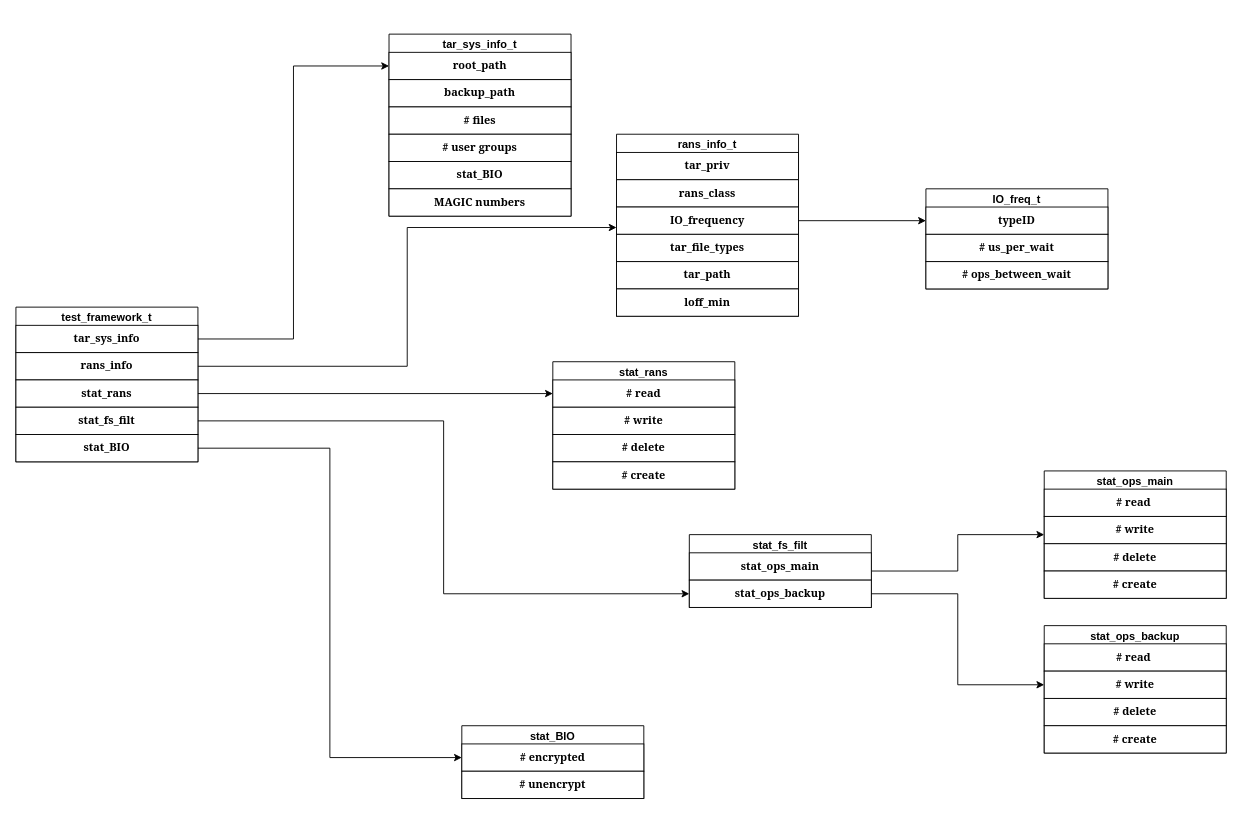
Before: imgs/data structure.drawio in MooMooHorse/ransomware_set, a draw.io diagram. Source tidied: cells renumbered, new cells numbered last; positions are measured from the earlier drawing's top-left corner, leaving out a move shared by most shapes. Both pictures are drawn from the tidied source at 91%, with x=0, y=0 at pixel (15, 34).
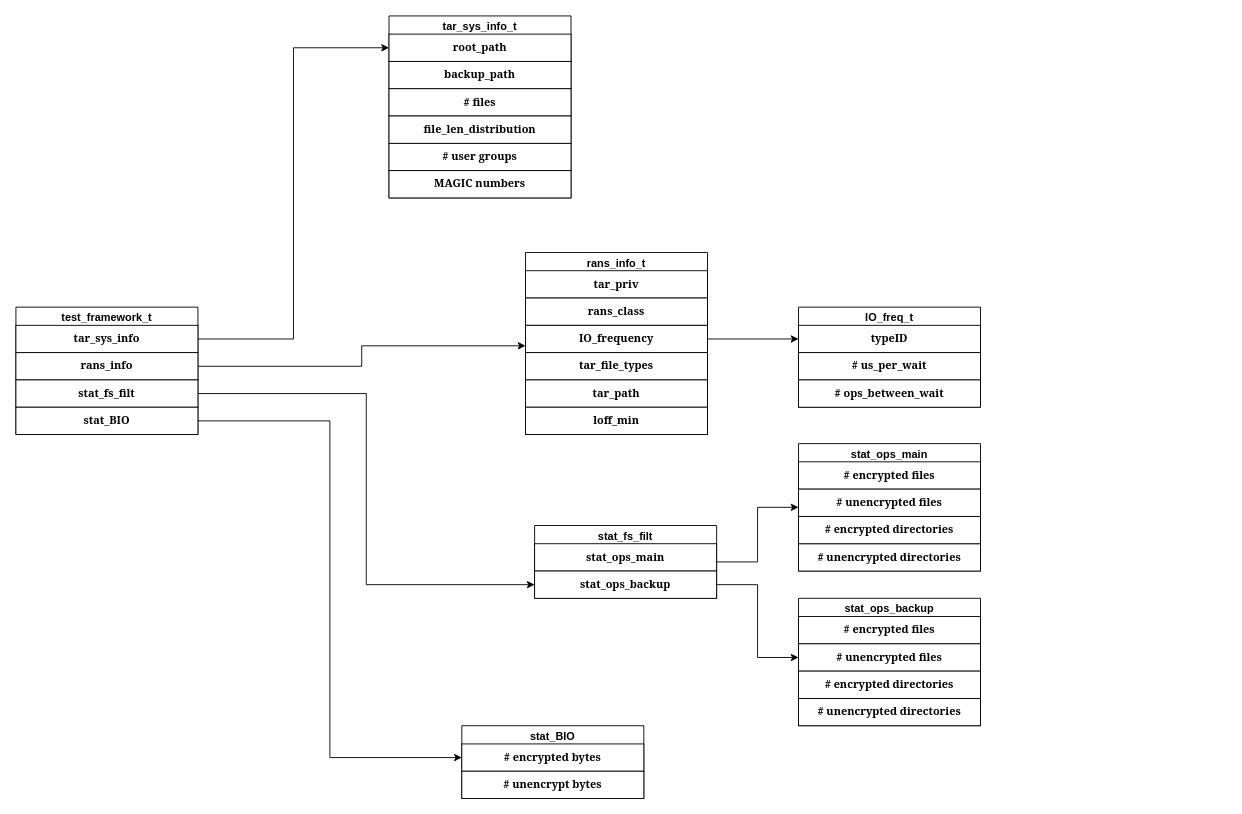
The same diagram, later.

Unchanged cells that the change refers to:
```xml
<mxCell id="35" value="stat_BIO" style="swimlane;whiteSpace=wrap;html=1;startSize=23;" parent="1" vertex="1">
  <mxGeometry x="490" y="760" width="200" height="80" as="geometry" />
</mxCell>
<mxCell id="47" value="&lt;font face=&quot;Georgia&quot;&gt;&lt;b&gt;stat_ops_backup&lt;/b&gt;&lt;/font&gt;" style="whiteSpace=wrap;html=1;" parent="45" vertex="1">
  <mxGeometry y="50" width="200" height="30" as="geometry" />
</mxCell>
```

Change to the diagram source:
```diff
@@
     <mxCell id="2" value="test_framework_t" style="swimlane;whiteSpace=wrap;html=1;" parent="1" vertex="1">
-      <mxGeometry y="300" width="200" height="170" as="geometry" />
+      <mxGeometry y="300" width="200" height="140" as="geometry" />
     </mxCell>
@@
-    <mxCell id="5" value="&lt;font face=&quot;Georgia&quot;&gt;&lt;b&gt;stat_rans&lt;/b&gt;&lt;/font&gt;" style="whiteSpace=wrap;html=1;" parent="2" vertex="1">
-      <mxGeometry y="80" width="200" height="30" as="geometry" />
-    </mxCell>
     <mxCell id="6" value="&lt;font face=&quot;Georgia&quot;&gt;&lt;b&gt;stat_fs_filt&lt;/b&gt;&lt;/font&gt;" style="whiteSpace=wrap;html=1;" parent="2" vertex="1">
-      <mxGeometry y="110" width="200" height="30" as="geometry" />
+      <mxGeometry y="80" width="200" height="30" as="geometry" />
     </mxCell>
     <mxCell id="7" value="&lt;font face=&quot;Georgia&quot;&gt;&lt;b&gt;stat_BIO&lt;/b&gt;&lt;/font&gt;" style="whiteSpace=wrap;html=1;" parent="2" vertex="1">
-      <mxGeometry y="140" width="200" height="30" as="geometry" />
+      <mxGeometry y="110" width="200" height="30" as="geometry" />
     </mxCell>
     <mxCell id="8" value="tar_sys_info_t" style="swimlane;whiteSpace=wrap;html=1;" parent="1" vertex="1">
-      <mxGeometry x="410" width="200" height="200" as="geometry" />
+      <mxGeometry x="410" y="-20" width="200" height="200" as="geometry" />
     </mxCell>
@@
     <mxCell id="12" value="&lt;font face=&quot;Georgia&quot;&gt;&lt;b&gt;# user groups&lt;/b&gt;&lt;/font&gt;" style="whiteSpace=wrap;html=1;" parent="8" vertex="1">
-      <mxGeometry y="110" width="200" height="30" as="geometry" />
+      <mxGeometry y="140" width="200" height="30" as="geometry" />
     </mxCell>
-    <mxCell id="13" value="&lt;font face=&quot;Georgia&quot;&gt;&lt;b&gt;stat_BIO&lt;/b&gt;&lt;/font&gt;" style="whiteSpace=wrap;html=1;" parent="8" vertex="1">
-      <mxGeometry y="140" width="200" height="30" as="geometry" />
-    </mxCell>
@@
+    <mxCell id="55" value="&lt;font face=&quot;Georgia&quot;&gt;&lt;b&gt;file_len_distribution&lt;/b&gt;&lt;/font&gt;" style="whiteSpace=wrap;html=1;" parent="8" vertex="1">
+      <mxGeometry y="110" width="200" height="30" as="geometry" />
+    </mxCell>
@@
     <mxCell id="16" value="rans_info_t" style="swimlane;whiteSpace=wrap;html=1;" parent="1" vertex="1">
-      <mxGeometry x="660" y="110" width="200" height="200" as="geometry" />
+      <mxGeometry x="560" y="240" width="200" height="200" as="geometry" />
     </mxCell>
@@
-    <mxCell id="24" value="stat_rans" style="swimlane;whiteSpace=wrap;html=1;startSize=23;" parent="1" vertex="1">
-      <mxGeometry x="590" y="360" width="200" height="140" as="geometry" />
-    </mxCell>
-    <mxCell id="25" value="&lt;font face=&quot;Georgia&quot;&gt;&lt;b&gt;# read&lt;/b&gt;&lt;/font&gt;" style="whiteSpace=wrap;html=1;" parent="24" vertex="1">
-      <mxGeometry y="20" width="200" height="30" as="geometry" />
-    </mxCell>
-    <mxCell id="26" value="&lt;font face=&quot;Georgia&quot;&gt;&lt;b&gt;# write&lt;/b&gt;&lt;/font&gt;" style="whiteSpace=wrap;html=1;" parent="24" vertex="1">
-      <mxGeometry y="50" width="200" height="30" as="geometry" />
-    </mxCell>
-    <mxCell id="27" value="&lt;font face=&quot;Georgia&quot;&gt;&lt;b&gt;# delete&lt;/b&gt;&lt;/font&gt;" style="whiteSpace=wrap;html=1;" parent="24" vertex="1">
-      <mxGeometry y="80" width="200" height="30" as="geometry" />
-    </mxCell>
-    <mxCell id="28" value="&lt;font face=&quot;Georgia&quot;&gt;&lt;b&gt;# create&lt;/b&gt;&lt;/font&gt;" style="whiteSpace=wrap;html=1;" parent="24" vertex="1">
-      <mxGeometry y="110" width="200" height="30" as="geometry" />
-    </mxCell>
-    <mxCell id="29" style="edgeStyle=orthogonalEdgeStyle;rounded=0;jettySize=auto;html=1;exitX=1;exitY=0.5;exitDx=0;exitDy=0;entryX=0;entryY=0.5;entryDx=0;entryDy=0;" parent="1" edge="1" source="5" target="25">
-      <mxGeometry relative="1" as="geometry" />
-    </mxCell>
     <mxCell id="30" value="stat_ops_main" style="swimlane;whiteSpace=wrap;html=1;startSize=23;" parent="1" vertex="1">
-      <mxGeometry x="1130" y="480" width="200" height="140" as="geometry" />
+      <mxGeometry x="860" y="450" width="200" height="140" as="geometry" />
     </mxCell>
-    <mxCell id="31" value="&lt;font face=&quot;Georgia&quot;&gt;&lt;b&gt;# read&amp;nbsp;&lt;/b&gt;&lt;/font&gt;" style="whiteSpace=wrap;html=1;" parent="30" vertex="1">
+    <mxCell id="31" value="&lt;font face=&quot;Georgia&quot;&gt;&lt;b&gt;# encrypted files&lt;/b&gt;&lt;/font&gt;" style="whiteSpace=wrap;html=1;" parent="30" vertex="1">
       <mxGeometry y="20" width="200" height="30" as="geometry" />
     </mxCell>
-    <mxCell id="32" value="&lt;font face=&quot;Georgia&quot;&gt;&lt;b&gt;# write&lt;/b&gt;&lt;/font&gt;" style="whiteSpace=wrap;html=1;" parent="30" vertex="1">
+    <mxCell id="32" value="&lt;font face=&quot;Georgia&quot;&gt;&lt;b&gt;# unencrypted files&lt;/b&gt;&lt;/font&gt;" style="whiteSpace=wrap;html=1;" parent="30" vertex="1">
       <mxGeometry y="50" width="200" height="30" as="geometry" />
     </mxCell>
-    <mxCell id="33" value="&lt;font face=&quot;Georgia&quot;&gt;&lt;b&gt;# delete&lt;/b&gt;&lt;/font&gt;" style="whiteSpace=wrap;html=1;" parent="30" vertex="1">
-      <mxGeometry y="80" width="200" height="30" as="geometry" />
-    </mxCell>
-    <mxCell id="34" value="&lt;font face=&quot;Georgia&quot;&gt;&lt;b&gt;# create&lt;/b&gt;&lt;/font&gt;" style="whiteSpace=wrap;html=1;" parent="30" vertex="1">
+    <mxCell id="34" value="&lt;b style=&quot;border-color: var(--border-color); font-family: Georgia;&quot;&gt;# unencrypted directories&lt;/b&gt;" style="whiteSpace=wrap;html=1;" parent="30" vertex="1">
       <mxGeometry y="110" width="200" height="30" as="geometry" />
     </mxCell>
+    <mxCell id="56" value="&lt;font face=&quot;Georgia&quot;&gt;&lt;b&gt;# encrypted directories&lt;/b&gt;&lt;/font&gt;" style="whiteSpace=wrap;html=1;" parent="30" vertex="1">
+      <mxGeometry y="80" width="200" height="30" as="geometry" />
+    </mxCell>
@@
-    <mxCell id="36" value="&lt;font face=&quot;Georgia&quot;&gt;&lt;b&gt;# encrypted&lt;/b&gt;&lt;/font&gt;" style="whiteSpace=wrap;html=1;" parent="35" vertex="1">
+    <mxCell id="36" value="&lt;font face=&quot;Georgia&quot;&gt;&lt;b&gt;# encrypted bytes&lt;/b&gt;&lt;/font&gt;" style="whiteSpace=wrap;html=1;" parent="35" vertex="1">
       <mxGeometry y="20" width="200" height="30" as="geometry" />
     </mxCell>
-    <mxCell id="37" value="&lt;font face=&quot;Georgia&quot;&gt;&lt;b&gt;# unencrypt&lt;/b&gt;&lt;/font&gt;" style="whiteSpace=wrap;html=1;" parent="35" vertex="1">
+    <mxCell id="37" value="&lt;font face=&quot;Georgia&quot;&gt;&lt;b&gt;# unencrypt bytes&lt;/b&gt;&lt;/font&gt;" style="whiteSpace=wrap;html=1;" parent="35" vertex="1">
       <mxGeometry y="50" width="200" height="30" as="geometry" />
     </mxCell>
@@
-    <mxCell id="39" value="stat_ops_backup" style="swimlane;whiteSpace=wrap;html=1;startSize=23;" parent="1" vertex="1">
-      <mxGeometry x="1130" y="650" width="200" height="140" as="geometry" />
-    </mxCell>
-    <mxCell id="40" value="&lt;font face=&quot;Georgia&quot;&gt;&lt;b&gt;# read&amp;nbsp;&lt;/b&gt;&lt;/font&gt;" style="whiteSpace=wrap;html=1;" parent="39" vertex="1">
-      <mxGeometry y="20" width="200" height="30" as="geometry" />
-    </mxCell>
-    <mxCell id="41" value="&lt;font face=&quot;Georgia&quot;&gt;&lt;b&gt;# write&lt;/b&gt;&lt;/font&gt;" style="whiteSpace=wrap;html=1;" parent="39" vertex="1">
-      <mxGeometry y="50" width="200" height="30" as="geometry" />
-    </mxCell>
-    <mxCell id="42" value="&lt;font face=&quot;Georgia&quot;&gt;&lt;b&gt;# delete&lt;/b&gt;&lt;/font&gt;" style="whiteSpace=wrap;html=1;" parent="39" vertex="1">
-      <mxGeometry y="80" width="200" height="30" as="geometry" />
-    </mxCell>
-    <mxCell id="43" value="&lt;font face=&quot;Georgia&quot;&gt;&lt;b&gt;# create&lt;/b&gt;&lt;/font&gt;" style="whiteSpace=wrap;html=1;" parent="39" vertex="1">
-      <mxGeometry y="110" width="200" height="30" as="geometry" />
-    </mxCell>
@@
     <mxCell id="45" value="stat_fs_filt" style="swimlane;whiteSpace=wrap;html=1;startSize=23;" parent="1" vertex="1">
-      <mxGeometry x="740" y="550" width="200" height="80" as="geometry" />
+      <mxGeometry x="570" y="540" width="200" height="80" as="geometry" />
     </mxCell>
@@
-    <mxCell id="49" style="edgeStyle=orthogonalEdgeStyle;rounded=0;jettySize=auto;html=1;exitX=1;exitY=0.5;exitDx=0;exitDy=0;entryX=0;entryY=0.5;entryDx=0;entryDy=0;" parent="1" edge="1" source="47" target="41">
+    <mxCell id="49" style="edgeStyle=orthogonalEdgeStyle;rounded=0;jettySize=auto;html=1;exitX=1;exitY=0.5;exitDx=0;exitDy=0;entryX=0;entryY=0.5;entryDx=0;entryDy=0;" parent="1" edge="1" source="47" target="58">
       <mxGeometry relative="1" as="geometry" />
     </mxCell>
     <mxCell id="50" value="IO_freq_t" style="swimlane;whiteSpace=wrap;html=1;startSize=23;" parent="1" vertex="1">
-      <mxGeometry x="1000" y="170" width="200" height="110" as="geometry" />
+      <mxGeometry x="860" y="300" width="200" height="110" as="geometry" />
     </mxCell>
@@
+    <mxCell id="39" value="stat_ops_backup" style="swimlane;whiteSpace=wrap;html=1;startSize=23;" parent="1" vertex="1">
+      <mxGeometry x="860" y="620" width="200" height="140" as="geometry" />
+    </mxCell>
+    <mxCell id="57" value="&lt;font face=&quot;Georgia&quot;&gt;&lt;b&gt;# encrypted files&lt;/b&gt;&lt;/font&gt;" style="whiteSpace=wrap;html=1;" parent="39" vertex="1">
+      <mxGeometry y="20" width="200" height="30" as="geometry" />
+    </mxCell>
+    <mxCell id="58" value="&lt;font face=&quot;Georgia&quot;&gt;&lt;b&gt;# unencrypted files&lt;/b&gt;&lt;/font&gt;" style="whiteSpace=wrap;html=1;" parent="39" vertex="1">
+      <mxGeometry y="50" width="200" height="30" as="geometry" />
+    </mxCell>
+    <mxCell id="59" value="&lt;b style=&quot;border-color: var(--border-color); font-family: Georgia;&quot;&gt;# unencrypted directories&lt;/b&gt;" style="whiteSpace=wrap;html=1;" parent="39" vertex="1">
+      <mxGeometry y="110" width="200" height="30" as="geometry" />
+    </mxCell>
+    <mxCell id="60" value="&lt;font face=&quot;Georgia&quot;&gt;&lt;b&gt;# encrypted directories&lt;/b&gt;&lt;/font&gt;" style="whiteSpace=wrap;html=1;" parent="39" vertex="1">
+      <mxGeometry y="80" width="200" height="30" as="geometry" />
+    </mxCell>
```
